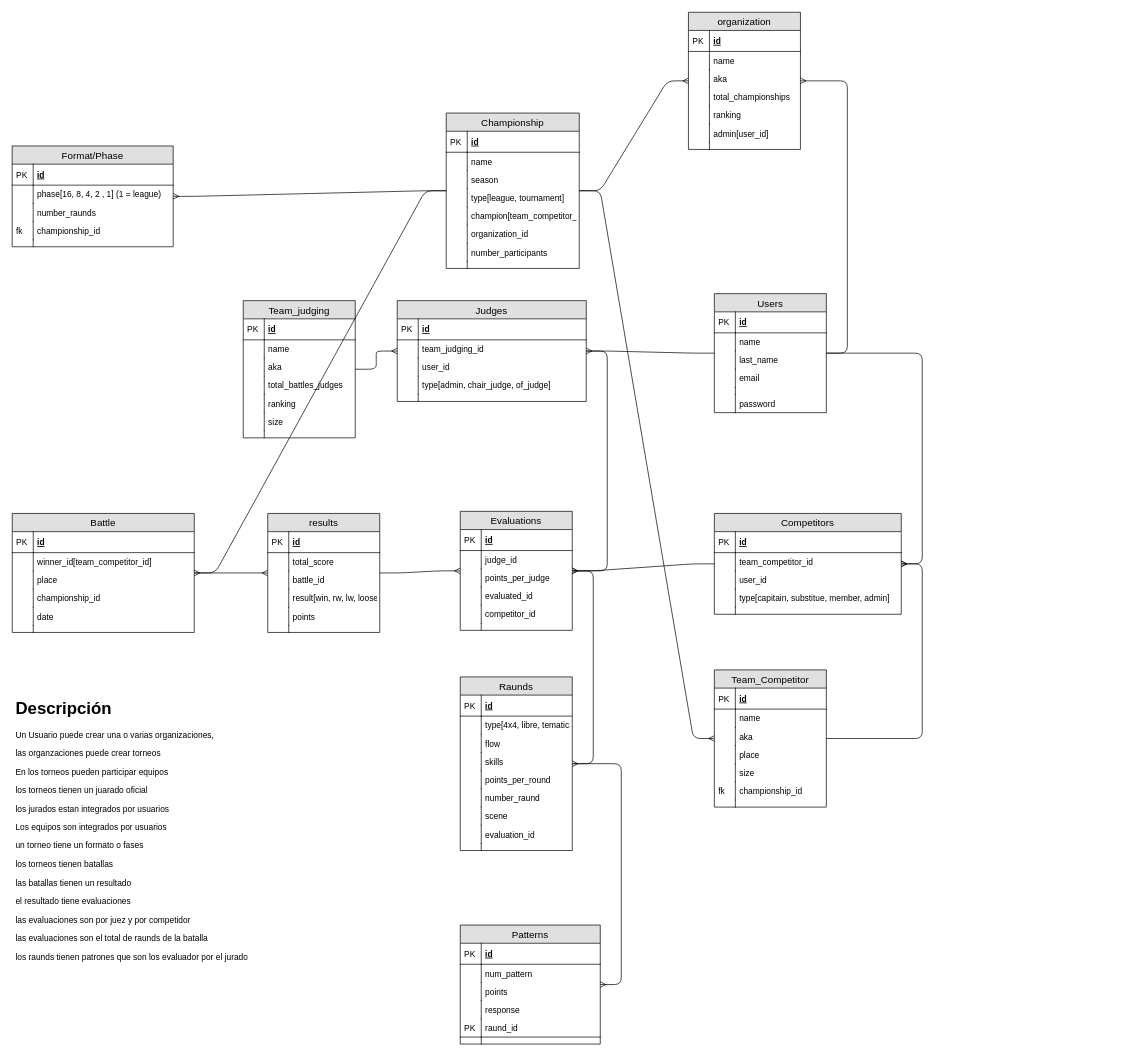
Isidro-hernndez/Texto1 keeps this draw.io diagram as Untitled Diagram.drawio. Above is the earlier version. Source tidied: cells renumbered, new cells numbered last; positions are measured from the earlier drawing's top-left corner, leaving out a move shared by most shapes. Both pictures are drawn from the tidied source at 70%, with x=0, y=0 at pixel (12, 12).
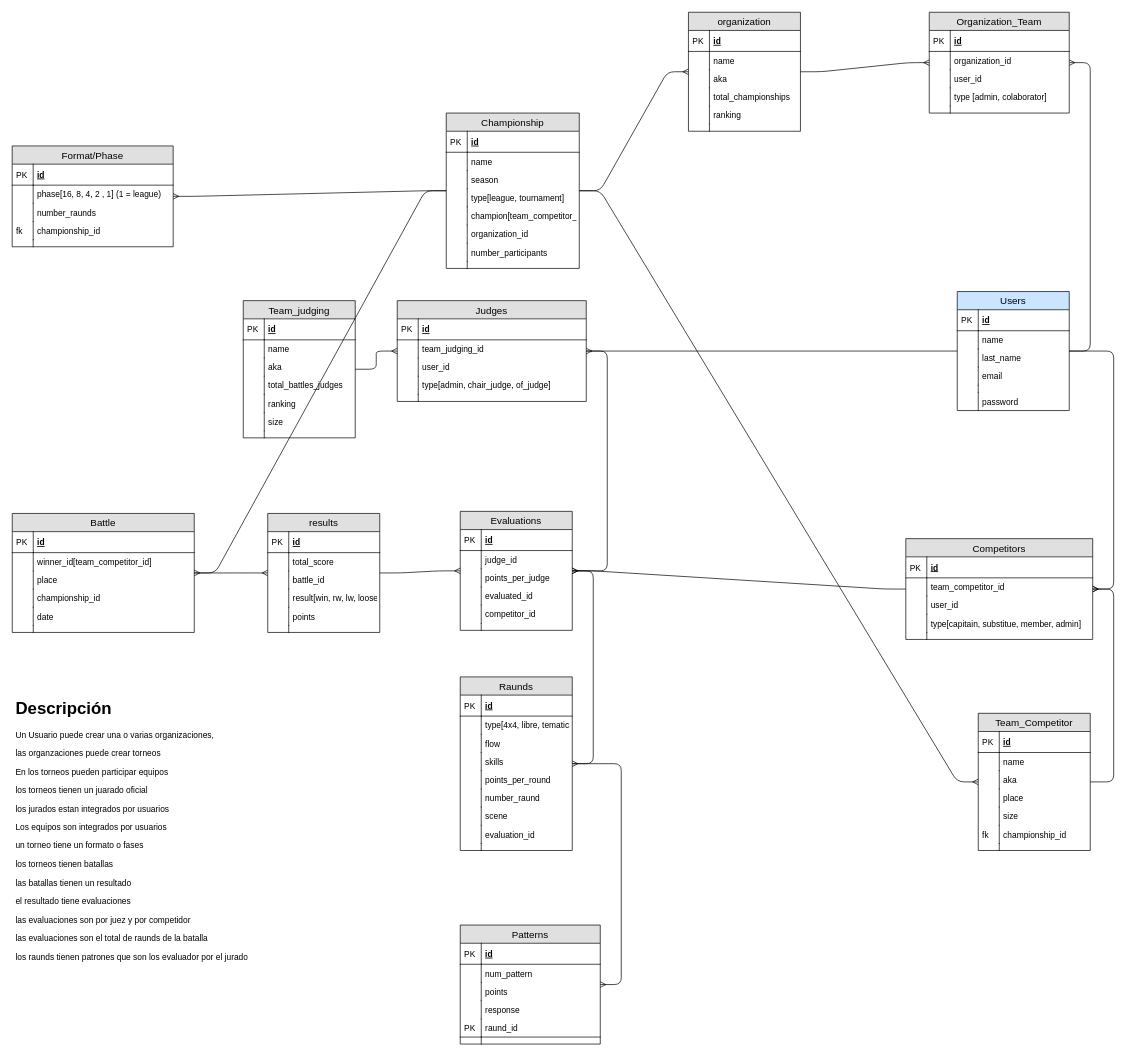
The same diagram, later.

What changed in the source:
```diff
@@
-    <mxCell id="15" value="Users" style="swimlane;fontStyle=0;horizontal=1;startSize=26;fillColor=#e0e0e0;swimlaneFillColor=#ffffff;align=center;fontSize=14;" parent="1" vertex="1">
-      <mxGeometry x="1003" y="402" width="160" height="170" as="geometry" />
+    <mxCell id="15" value="Users" style="swimlane;fontStyle=0;horizontal=1;startSize=26;fillColor=#CCE5FF;swimlaneFillColor=#ffffff;align=center;fontSize=14;" parent="1" vertex="1">
+      <mxGeometry x="1350" y="399" width="160" height="170" as="geometry" />
     </mxCell>
@@
     <mxCell id="119" value="Team_Competitor" style="swimlane;fontStyle=0;horizontal=1;startSize=26;fillColor=#e0e0e0;swimlaneFillColor=#ffffff;align=center;fontSize=14;" parent="1" vertex="1">
-      <mxGeometry x="1003" y="939.5" width="160" height="196" as="geometry" />
+      <mxGeometry x="1380" y="1001.5" width="160" height="196" as="geometry" />
     </mxCell>
@@
     <mxCell id="134" value="Competitors" style="swimlane;fontStyle=0;horizontal=1;startSize=26;fillColor=#e0e0e0;swimlaneFillColor=#ffffff;align=center;fontSize=14;" parent="1" vertex="1">
-      <mxGeometry x="1003" y="716" width="267" height="144" as="geometry" />
+      <mxGeometry x="1276.5" y="752" width="267" height="144" as="geometry" />
     </mxCell>
@@
     <mxCell id="167" value="organization" style="swimlane;fontStyle=0;horizontal=1;startSize=26;fillColor=#e0e0e0;swimlaneFillColor=#ffffff;align=center;fontSize=14;" parent="1" vertex="1">
-      <mxGeometry x="966" width="160" height="196" as="geometry" />
+      <mxGeometry x="966" width="160" height="170" as="geometry" />
     </mxCell>
@@
-    <mxCell id="178" value="admin[user_id]" style="shape=partialRectangle;top=0;left=0;right=0;bottom=0;align=left;verticalAlign=top;fillColor=none;spacingLeft=34;spacingRight=4;overflow=hidden;fontSize=12;" parent="167" vertex="1">
-      <mxGeometry y="160" width="160" height="26" as="geometry" />
-    </mxCell>
-    <mxCell id="179" style="shape=partialRectangle;top=0;left=0;bottom=0;fillColor=none;align=left;verticalAlign=top;spacingLeft=4;spacingRight=4;overflow=hidden;fontSize=12;" parent="178" vertex="1">
-      <mxGeometry width="30" height="26" as="geometry" />
-    </mxCell>
     <mxCell id="180" style="shape=partialRectangle;top=0;left=0;right=0;bottom=0;align=left;verticalAlign=top;fillColor=none;spacingLeft=34;spacingRight=4;overflow=hidden;fontSize=12;" parent="167" vertex="1">
-      <mxGeometry y="186" width="160" height="10" as="geometry" />
+      <mxGeometry y="160" width="160" height="10" as="geometry" />
     </mxCell>
@@
-    <mxCell id="182" style="edgeStyle=entityRelationEdgeStyle;fontSize=12;html=1;endArrow=ERmany;" parent="1" edge="1" source="15" target="167">
+    <mxCell id="182" style="edgeStyle=entityRelationEdgeStyle;fontSize=12;html=1;endArrow=ERmany;" parent="1" edge="1" source="15" target="197">
       <mxGeometry relative="1" as="geometry" />
     </mxCell>
@@
+    <mxCell id="197" value="Organization_Team" style="swimlane;fontStyle=0;horizontal=1;startSize=26;fillColor=#e0e0e0;swimlaneFillColor=#ffffff;align=center;fontSize=14;" parent="1" vertex="1">
+      <mxGeometry x="1310" width="200" height="144" as="geometry" />
+    </mxCell>
+    <mxCell id="198" value="id" style="shape=partialRectangle;top=0;left=0;right=0;bottom=1;align=left;verticalAlign=middle;fillColor=none;spacingLeft=34;spacingRight=4;overflow=hidden;fontStyle=5;fontSize=12;" parent="197" vertex="1">
+      <mxGeometry y="26" width="200" height="30" as="geometry" />
+    </mxCell>
+    <mxCell id="199" value="PK" style="shape=partialRectangle;top=0;left=0;bottom=0;fillColor=none;align=left;verticalAlign=middle;spacingLeft=4;spacingRight=4;overflow=hidden;fontSize=12;" parent="198" vertex="1">
+      <mxGeometry width="30" height="30" as="geometry" />
+    </mxCell>
+    <mxCell id="200" value="organization_id" style="shape=partialRectangle;top=0;left=0;right=0;bottom=0;align=left;verticalAlign=top;fillColor=none;spacingLeft=34;spacingRight=4;overflow=hidden;fontSize=12;" parent="197" vertex="1">
+      <mxGeometry y="56" width="200" height="26" as="geometry" />
+    </mxCell>
+    <mxCell id="201" style="shape=partialRectangle;top=0;left=0;bottom=0;fillColor=none;align=left;verticalAlign=top;spacingLeft=4;spacingRight=4;overflow=hidden;fontSize=12;" parent="200" vertex="1">
+      <mxGeometry width="30" height="26" as="geometry" />
+    </mxCell>
+    <mxCell id="202" value="user_id" style="shape=partialRectangle;top=0;left=0;right=0;bottom=0;align=left;verticalAlign=top;fillColor=none;spacingLeft=34;spacingRight=4;overflow=hidden;fontSize=12;" parent="197" vertex="1">
+      <mxGeometry y="82" width="200" height="26" as="geometry" />
+    </mxCell>
+    <mxCell id="203" style="shape=partialRectangle;top=0;left=0;bottom=0;fillColor=none;align=left;verticalAlign=top;spacingLeft=4;spacingRight=4;overflow=hidden;fontSize=12;" parent="202" vertex="1">
+      <mxGeometry width="30" height="26" as="geometry" />
+    </mxCell>
+    <mxCell id="204" value="type [admin, colaborator]" style="shape=partialRectangle;top=0;left=0;right=0;bottom=0;align=left;verticalAlign=top;fillColor=none;spacingLeft=34;spacingRight=4;overflow=hidden;fontSize=12;" parent="197" vertex="1">
+      <mxGeometry y="108" width="200" height="26" as="geometry" />
+    </mxCell>
+    <mxCell id="205" style="shape=partialRectangle;top=0;left=0;bottom=0;fillColor=none;align=left;verticalAlign=top;spacingLeft=4;spacingRight=4;overflow=hidden;fontSize=12;" parent="204" vertex="1">
+      <mxGeometry width="30" height="26" as="geometry" />
+    </mxCell>
+    <mxCell id="206" style="shape=partialRectangle;top=0;left=0;right=0;bottom=0;align=left;verticalAlign=top;fillColor=none;spacingLeft=34;spacingRight=4;overflow=hidden;fontSize=12;" parent="197" vertex="1">
+      <mxGeometry y="134" width="200" height="10" as="geometry" />
+    </mxCell>
+    <mxCell id="207" style="shape=partialRectangle;top=0;left=0;bottom=0;fillColor=none;align=left;verticalAlign=top;spacingLeft=4;spacingRight=4;overflow=hidden;fontSize=12;" parent="206" vertex="1">
+      <mxGeometry width="30" height="10" as="geometry" />
+    </mxCell>
+    <mxCell id="208" style="edgeStyle=entityRelationEdgeStyle;fontSize=12;html=1;endArrow=ERmany;" parent="1" edge="1" source="167" target="197">
+      <mxGeometry relative="1" as="geometry" />
+    </mxCell>
```
